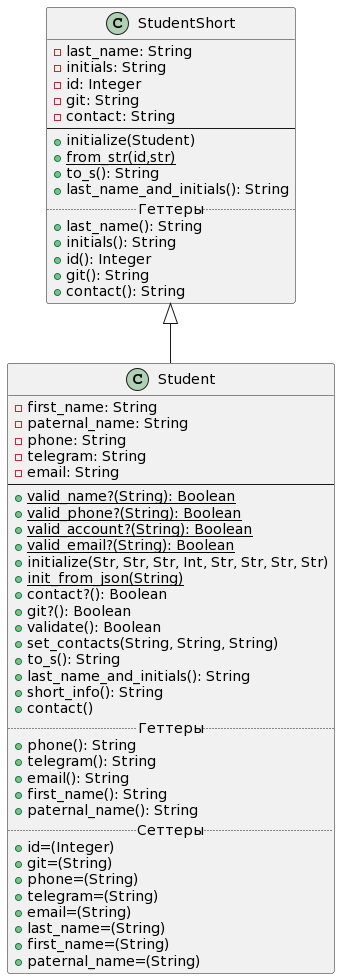
Before: Diagrams/class_diagram_lab2.png, a diagram exported from PlantUML (waasabi13/ruby_labs). The source it was exported from:
```plantuml
@startuml

class StudentShort
{
    -last_name: String
    -initials: String
    -id: Integer
    -git: String
    -contact: String
--
    +initialize(Student)
    +{static}from_str(id,str)
    +to_s(): String
    +last_name_and_initials(): String
.. Геттеры ..
    +last_name(): String
    +initials(): String
    +id(): Integer
    +git(): String
    +contact(): String
}

 class Student extends StudentShort {
     -first_name: String
     -paternal_name: String
     -phone: String
     -telegram: String
     -email: String
--
     +{static}valid_name?(String): Boolean
     +{static}valid_phone?(String): Boolean
     +{static}valid_account?(String): Boolean
     +{static}valid_email?(String): Boolean
     +initialize(Str, Str, Str, Int, Str, Str, Str, Str)
     +{static}init_from_json(String)
     +contact?(): Boolean
     +git?(): Boolean
     +validate(): Boolean
     +set_contacts(String, String, String)
     +to_s(): String
     +last_name_and_initials(): String
     +short_info(): String
     +contact()
     .. Геттеры ..
     +phone(): String
     +telegram(): String
     +email(): String
     +first_name(): String
     +paternal_name(): String
     .. Сеттеры ..
     +id=(Integer)
     +git=(String)
     +phone=(String)
     +telegram=(String)
     +email=(String)
     +last_name=(String)
     +first_name=(String)
     +paternal_name=(String)
 }
@enduml
```
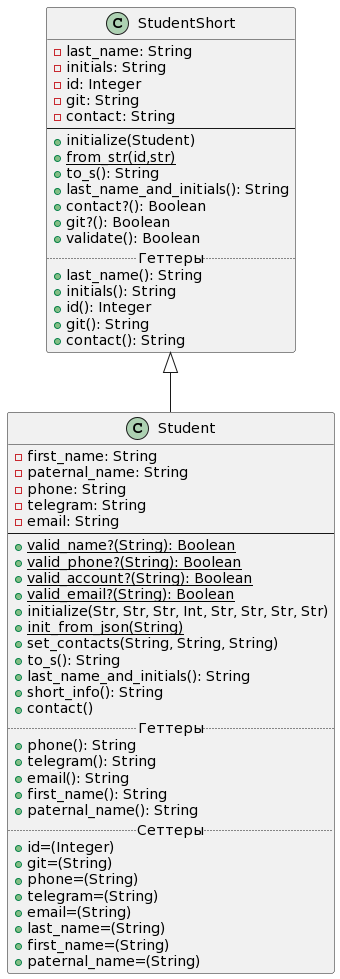
The same file after the commit.

Commit message:
перенос методов git?,contact?, validate? из student в student_short

The edit, as a diff of the source:
```diff
@@ -12,6 +12,9 @@
     +{static}from_str(id,str)
     +to_s(): String
     +last_name_and_initials(): String
+    +contact?(): Boolean
+    +git?(): Boolean
+    +validate(): Boolean
 .. Геттеры ..
     +last_name(): String
     +initials(): String
@@ -20,41 +23,38 @@
     +contact(): String
 }
 
- class Student extends StudentShort {
-     -first_name: String
-     -paternal_name: String
-     -phone: String
-     -telegram: String
-     -email: String
+class Student extends StudentShort {
+    -first_name: String
+    -paternal_name: String
+    -phone: String
+    -telegram: String
+    -email: String
 --
-     +{static}valid_name?(String): Boolean
-     +{static}valid_phone?(String): Boolean
-     +{static}valid_account?(String): Boolean
-     +{static}valid_email?(String): Boolean
-     +initialize(Str, Str, Str, Int, Str, Str, Str, Str)
-     +{static}init_from_json(String)
-     +contact?(): Boolean
-     +git?(): Boolean
-     +validate(): Boolean
-     +set_contacts(String, String, String)
-     +to_s(): String
-     +last_name_and_initials(): String
-     +short_info(): String
-     +contact()
-     .. Геттеры ..
-     +phone(): String
-     +telegram(): String
-     +email(): String
-     +first_name(): String
-     +paternal_name(): String
-     .. Сеттеры ..
-     +id=(Integer)
-     +git=(String)
-     +phone=(String)
-     +telegram=(String)
-     +email=(String)
-     +last_name=(String)
-     +first_name=(String)
-     +paternal_name=(String)
- }
+    +{static}valid_name?(String): Boolean
+    +{static}valid_phone?(String): Boolean
+    +{static}valid_account?(String): Boolean
+    +{static}valid_email?(String): Boolean
+    +initialize(Str, Str, Str, Int, Str, Str, Str, Str)
+    +{static}init_from_json(String)
+    +set_contacts(String, String, String)
+    +to_s(): String
+    +last_name_and_initials(): String
+    +short_info(): String
+    +contact()
+    .. Геттеры ..
+    +phone(): String
+    +telegram(): String
+    +email(): String
+    +first_name(): String
+    +paternal_name(): String
+    .. Сеттеры ..
+    +id=(Integer)
+    +git=(String)
+    +phone=(String)
+    +telegram=(String)
+    +email=(String)
+    +last_name=(String)
+    +first_name=(String)
+    +paternal_name=(String)
+}
 @enduml
```
